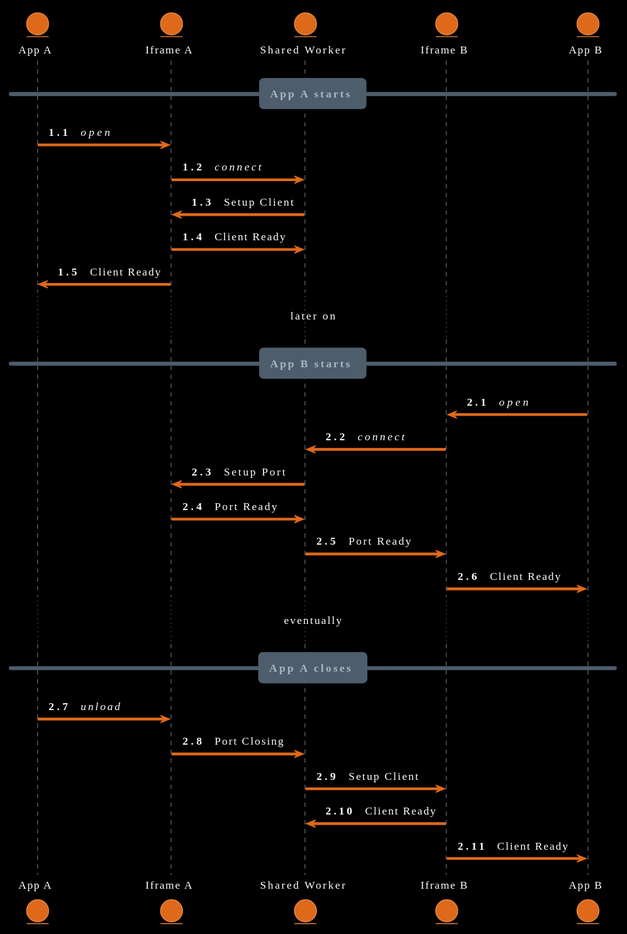
Above: docs/design/diagrams/puml/client-singleton-multi-window-connect.svg in dxos/dxos (PlantUML), before the change. Its diagram source:
```plantuml
@startuml
!theme superhero
skinparam backgroundColor black

entity      "App A"         as appA
entity      "Iframe A"      as frameA
entity      "Shared Worker" as worker
entity      "Iframe B"      as frameB
entity      "App B"         as appB
autonumber 1.1

== App A starts ==
appA -> frameA:       <i>open</i>
frameA -> worker:     <i>connect</i>
worker -> frameA:     Setup Client
frameA -> worker:     Client Ready
frameA -> appA:       Client Ready

...later on...
autonumber inc A
== App B starts ==
appB -> frameB:       <i>open</i>
frameB -> worker:     <i>connect</i>
worker -> frameA:     Setup Port
frameA -> worker:     Port Ready
worker -> frameB:     Port Ready
frameB -> appB:       Client Ready

...eventually...
== App A closes ==
appA -> frameA:       <i>unload</i>
frameA -> worker:     Port Closing
worker -> frameB:     Setup Client
frameB -> worker:     Client Ready
frameB -> appB:       Client Ready
@enduml
```
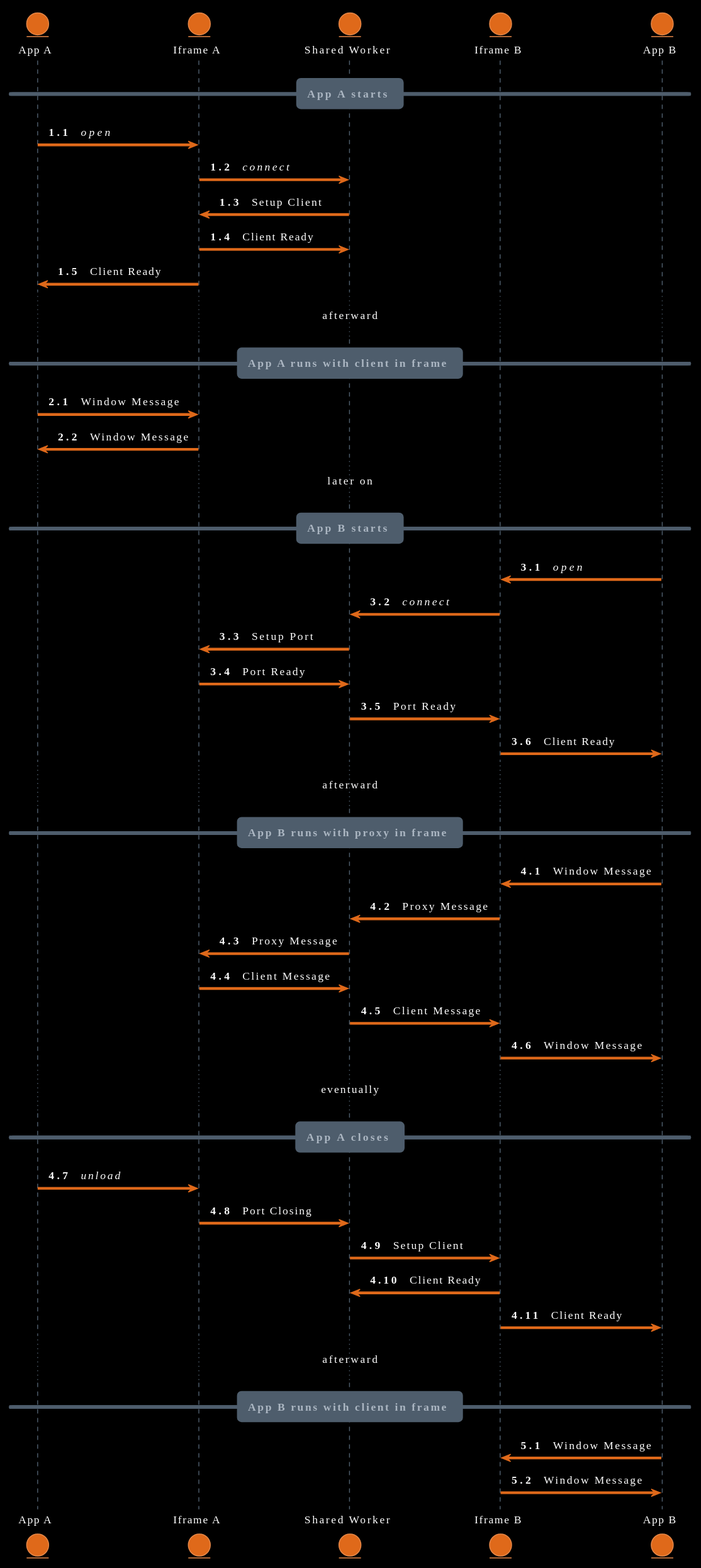
The same file after the commit.

Commit message:
docs(client): Add app/client messaging to puml diagram

Change to the diagram source:
```diff
@@ -16,6 +16,12 @@
 frameA -> worker:     Client Ready
 frameA -> appA:       Client Ready
 
+...afterward...
+autonumber inc A
+== App A runs with client in frame ==
+appA -> frameA:       Window Message
+frameA -> appA:       Window Message
+
 ...later on...
 autonumber inc A
 == App B starts ==
@@ -26,6 +32,16 @@
 worker -> frameB:     Port Ready
 frameB -> appB:       Client Ready
 
+...afterward...
+autonumber inc A
+== App B runs with proxy in frame ==
+appB -> frameB:       Window Message
+frameB -> worker:     Proxy Message
+worker -> frameA:     Proxy Message
+frameA -> worker:     Client Message
+worker -> frameB:     Client Message
+frameB -> appB:       Window Message
+
 ...eventually...
 == App A closes ==
 appA -> frameA:       <i>unload</i>
@@ -33,4 +49,10 @@
 worker -> frameB:     Setup Client
 frameB -> worker:     Client Ready
 frameB -> appB:       Client Ready
+
+...afterward...
+autonumber inc A
+== App B runs with client in frame ==
+appB -> frameB:       Window Message
+frameB -> appB:       Window Message
 @enduml
```
